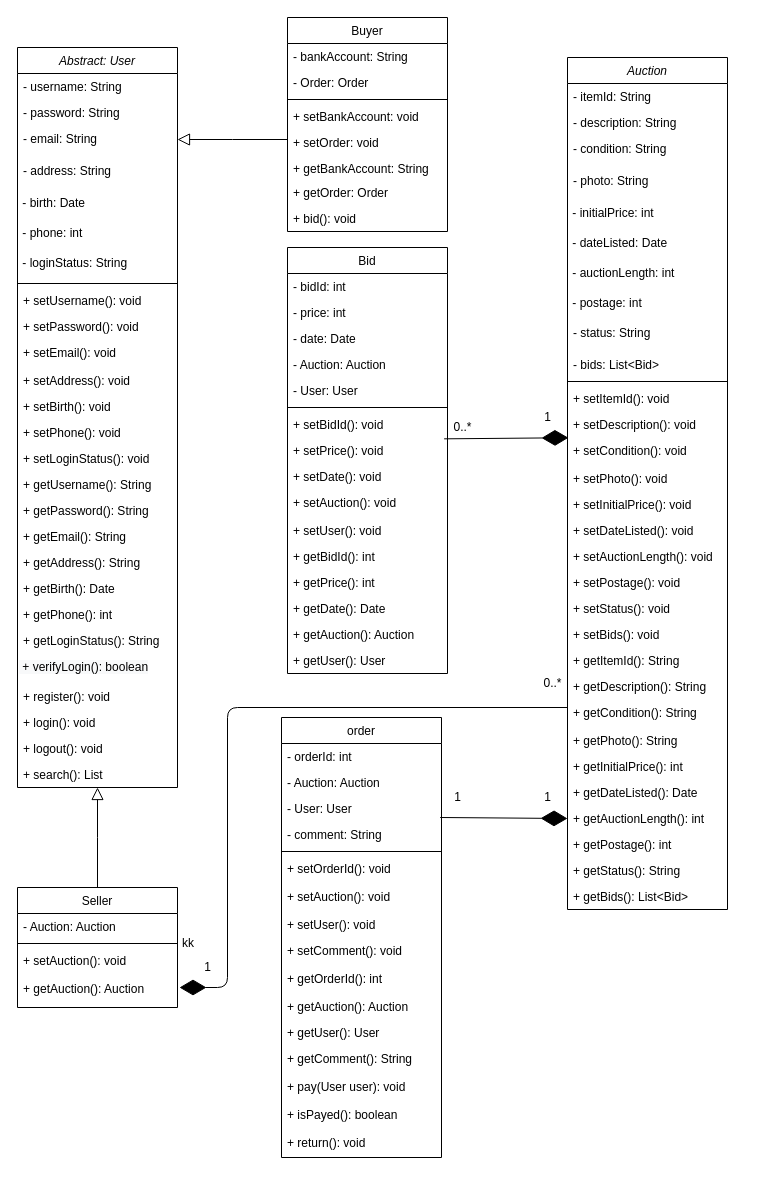
Before: class Diagram.drawio in impulseoy/learnGit, a draw.io diagram. Source tidied: cells renumbered, new cells numbered last; positions are measured from the earlier drawing's top-left corner, leaving out a move shared by most shapes. Both pictures are drawn from the tidied source at 100%, with x=0, y=0 at pixel (17, 17).
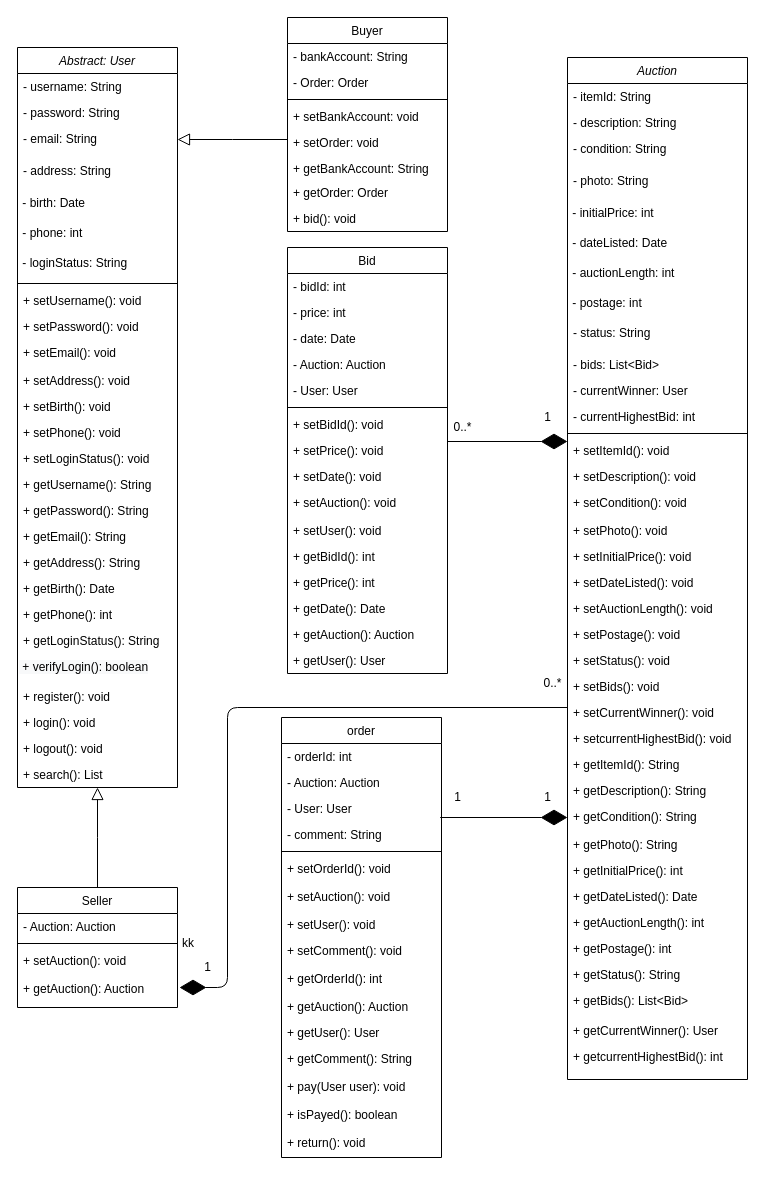
The same diagram, later.

Unchanged cells that the change refers to:
```xml
<mxCell id="103" value="+ setPrice(): void" style="text;align=left;verticalAlign=top;spacingLeft=4;spacingRight=4;overflow=hidden;points=[[0,0.5],[1,0.5]];portConstraint=eastwest;" parent="95" vertex="1">
  <mxGeometry y="190" width="160" height="26" as="geometry" />
</mxCell>
```

Diff of the diagram source:
```diff
@@
     <mxCell id="46" value="Auction" style="swimlane;fontStyle=2;align=center;verticalAlign=top;horizontal=1;startSize=26;rounded=0;shadow=0;strokeWidth=1;" parent="1" vertex="1">
-      <mxGeometry x="550" y="40" width="160" height="852" as="geometry" />
+      <mxGeometry x="550" y="40" width="180" height="1022" as="geometry" />
     </mxCell>
     <mxCell id="47" value="- itemId: String" style="text;align=left;verticalAlign=top;spacingLeft=4;spacingRight=4;overflow=hidden;" parent="46" vertex="1">
-      <mxGeometry y="26" width="160" height="26" as="geometry" />
+      <mxGeometry y="26" width="180" height="26" as="geometry" />
     </mxCell>
     <mxCell id="48" value="- description: String&#10;" style="text;align=left;verticalAlign=top;spacingLeft=4;spacingRight=4;overflow=hidden;rounded=0;shadow=0;html=0;" parent="46" vertex="1">
-      <mxGeometry y="52" width="160" height="26" as="geometry" />
+      <mxGeometry y="52" width="180" height="26" as="geometry" />
     </mxCell>
     <mxCell id="49" value="- condition: String" style="text;align=left;verticalAlign=top;spacingLeft=4;spacingRight=4;overflow=hidden;rounded=0;shadow=0;html=0;" parent="46" vertex="1">
-      <mxGeometry y="78" width="160" height="32" as="geometry" />
+      <mxGeometry y="78" width="180" height="32" as="geometry" />
     </mxCell>
     <mxCell id="50" value="- photo: String" style="text;align=left;verticalAlign=top;spacingLeft=4;spacingRight=4;overflow=hidden;rounded=0;shadow=0;html=0;" parent="46" vertex="1">
-      <mxGeometry y="110" width="160" height="32" as="geometry" />
+      <mxGeometry y="110" width="180" height="32" as="geometry" />
     </mxCell>
     <mxCell id="51" value="&lt;font face=&quot;helvetica&quot;&gt;&amp;nbsp;- initialPrice: int&lt;/font&gt;" style="text;whiteSpace=wrap;html=1;" parent="46" vertex="1">
-      <mxGeometry y="142" width="160" height="30" as="geometry" />
+      <mxGeometry y="142" width="180" height="30" as="geometry" />
     </mxCell>
     <mxCell id="52" value="&lt;font face=&quot;helvetica&quot;&gt;&amp;nbsp;- dateListed: Date&lt;/font&gt;" style="text;whiteSpace=wrap;html=1;" parent="46" vertex="1">
-      <mxGeometry y="172" width="160" height="30" as="geometry" />
+      <mxGeometry y="172" width="180" height="30" as="geometry" />
     </mxCell>
     <mxCell id="53" value="&lt;font face=&quot;helvetica&quot;&gt;&amp;nbsp;- auctionLength: int&lt;/font&gt;" style="text;whiteSpace=wrap;html=1;" parent="46" vertex="1">
-      <mxGeometry y="202" width="160" height="30" as="geometry" />
+      <mxGeometry y="202" width="180" height="30" as="geometry" />
     </mxCell>
     <mxCell id="54" value="&lt;font face=&quot;helvetica&quot;&gt;&amp;nbsp;- postage: int&lt;/font&gt;" style="text;whiteSpace=wrap;html=1;" parent="46" vertex="1">
-      <mxGeometry y="232" width="160" height="30" as="geometry" />
+      <mxGeometry y="232" width="180" height="30" as="geometry" />
     </mxCell>
     <mxCell id="55" value="- status: String" style="text;align=left;verticalAlign=top;spacingLeft=4;spacingRight=4;overflow=hidden;rounded=0;shadow=0;html=0;" parent="46" vertex="1">
-      <mxGeometry y="262" width="160" height="32" as="geometry" />
+      <mxGeometry y="262" width="180" height="32" as="geometry" />
     </mxCell>
     <mxCell id="56" value="- bids: List&lt;Bid&gt;" style="text;align=left;verticalAlign=top;spacingLeft=4;spacingRight=4;overflow=hidden;" parent="46" vertex="1">
-      <mxGeometry y="294" width="160" height="26" as="geometry" />
+      <mxGeometry y="294" width="180" height="26" as="geometry" />
     </mxCell>
+    <mxCell id="121" value="- currentWinner: User" style="text;align=left;verticalAlign=top;spacingLeft=4;spacingRight=4;overflow=hidden;" parent="46" vertex="1">
+      <mxGeometry y="320" width="180" height="26" as="geometry" />
+    </mxCell>
+    <mxCell id="122" value="- currentHighestBid: int" style="text;align=left;verticalAlign=top;spacingLeft=4;spacingRight=4;overflow=hidden;" parent="46" vertex="1">
+      <mxGeometry y="346" width="180" height="26" as="geometry" />
+    </mxCell>
     <mxCell id="57" style="line;html=1;strokeWidth=1;align=left;verticalAlign=middle;spacingTop=-1;spacingLeft=3;spacingRight=3;labelPosition=right;" parent="46" vertex="1">
-      <mxGeometry y="320" width="160" height="8" as="geometry" />
+      <mxGeometry y="372" width="180" height="8" as="geometry" />
     </mxCell>
     <mxCell id="58" value="+ setItemId(): void" style="text;align=left;verticalAlign=top;spacingLeft=4;spacingRight=4;overflow=hidden;" parent="46" vertex="1">
-      <mxGeometry y="328" width="160" height="26" as="geometry" />
+      <mxGeometry y="380" width="180" height="26" as="geometry" />
     </mxCell>
     <mxCell id="59" value="+ setDescription(): void" style="text;align=left;verticalAlign=top;spacingLeft=4;spacingRight=4;overflow=hidden;points=[[0,0.5],[1,0.5]];portConstraint=eastwest;" parent="46" vertex="1">
-      <mxGeometry y="354" width="160" height="26" as="geometry" />
+      <mxGeometry y="406" width="180" height="26" as="geometry" />
     </mxCell>
     <mxCell id="60" value="+ setCondition(): void" style="text;align=left;verticalAlign=top;spacingLeft=4;spacingRight=4;overflow=hidden;" parent="46" vertex="1">
-      <mxGeometry y="380" width="160" height="28" as="geometry" />
+      <mxGeometry y="432" width="180" height="28" as="geometry" />
     </mxCell>
     <mxCell id="61" value="+ setPhoto(): void&#10;" style="text;align=left;verticalAlign=top;spacingLeft=4;spacingRight=4;overflow=hidden;" parent="46" vertex="1">
-      <mxGeometry y="408" width="160" height="26" as="geometry" />
+      <mxGeometry y="460" width="180" height="26" as="geometry" />
     </mxCell>
     <mxCell id="62" value="+ setInitialPrice(): void" style="text;align=left;verticalAlign=top;spacingLeft=4;spacingRight=4;overflow=hidden;" parent="46" vertex="1">
-      <mxGeometry y="434" width="160" height="26" as="geometry" />
+      <mxGeometry y="486" width="180" height="26" as="geometry" />
     </mxCell>
     <mxCell id="63" value="+ setDateListed(): void" style="text;align=left;verticalAlign=top;spacingLeft=4;spacingRight=4;overflow=hidden;" parent="46" vertex="1">
-      <mxGeometry y="460" width="160" height="26" as="geometry" />
+      <mxGeometry y="512" width="180" height="26" as="geometry" />
     </mxCell>
     <mxCell id="64" value="+ setAuctionLength(): void" style="text;align=left;verticalAlign=top;spacingLeft=4;spacingRight=4;overflow=hidden;" parent="46" vertex="1">
-      <mxGeometry y="486" width="160" height="26" as="geometry" />
+      <mxGeometry y="538" width="180" height="26" as="geometry" />
     </mxCell>
     <mxCell id="65" value="+ setPostage(): void" style="text;align=left;verticalAlign=top;spacingLeft=4;spacingRight=4;overflow=hidden;" parent="46" vertex="1">
-      <mxGeometry y="512" width="160" height="26" as="geometry" />
+      <mxGeometry y="564" width="180" height="26" as="geometry" />
     </mxCell>
     <mxCell id="66" value="+ setStatus(): void" style="text;align=left;verticalAlign=top;spacingLeft=4;spacingRight=4;overflow=hidden;" parent="46" vertex="1">
-      <mxGeometry y="538" width="160" height="26" as="geometry" />
+      <mxGeometry y="590" width="180" height="26" as="geometry" />
     </mxCell>
     <mxCell id="67" value="+ setBids(): void" style="text;align=left;verticalAlign=top;spacingLeft=4;spacingRight=4;overflow=hidden;" parent="46" vertex="1">
-      <mxGeometry y="564" width="160" height="26" as="geometry" />
+      <mxGeometry y="616" width="180" height="26" as="geometry" />
     </mxCell>
+    <mxCell id="123" value="+ setCurrentWinner(): void" style="text;align=left;verticalAlign=top;spacingLeft=4;spacingRight=4;overflow=hidden;" parent="46" vertex="1">
+      <mxGeometry y="642" width="180" height="26" as="geometry" />
+    </mxCell>
+    <mxCell id="124" value="+ setcurrentHighestBid(): void" style="text;align=left;verticalAlign=top;spacingLeft=4;spacingRight=4;overflow=hidden;" parent="46" vertex="1">
+      <mxGeometry y="668" width="180" height="26" as="geometry" />
+    </mxCell>
     <mxCell id="68" value="+ getItemId(): String" style="text;align=left;verticalAlign=top;spacingLeft=4;spacingRight=4;overflow=hidden;" parent="46" vertex="1">
-      <mxGeometry y="590" width="160" height="26" as="geometry" />
+      <mxGeometry y="694" width="180" height="26" as="geometry" />
     </mxCell>
     <mxCell id="69" value="+ getDescription(): String" style="text;align=left;verticalAlign=top;spacingLeft=4;spacingRight=4;overflow=hidden;" parent="46" vertex="1">
-      <mxGeometry y="616" width="160" height="26" as="geometry" />
+      <mxGeometry y="720" width="180" height="26" as="geometry" />
     </mxCell>
     <mxCell id="70" value="+ getCondition(): String" style="text;align=left;verticalAlign=top;spacingLeft=4;spacingRight=4;overflow=hidden;points=[[0,0.5],[1,0.5]];portConstraint=eastwest;" parent="46" vertex="1">
-      <mxGeometry y="642" width="160" height="28" as="geometry" />
+      <mxGeometry y="746" width="180" height="28" as="geometry" />
     </mxCell>
     <mxCell id="71" value="+ getPhoto(): String" style="text;align=left;verticalAlign=top;spacingLeft=4;spacingRight=4;overflow=hidden;" parent="46" vertex="1">
-      <mxGeometry y="670" width="160" height="26" as="geometry" />
+      <mxGeometry y="774" width="180" height="26" as="geometry" />
     </mxCell>
     <mxCell id="72" value="+ getInitialPrice(): int" style="text;align=left;verticalAlign=top;spacingLeft=4;spacingRight=4;overflow=hidden;" parent="46" vertex="1">
-      <mxGeometry y="696" width="160" height="26" as="geometry" />
+      <mxGeometry y="800" width="180" height="26" as="geometry" />
     </mxCell>
     <mxCell id="73" value="+ getDateListed(): Date" style="text;align=left;verticalAlign=top;spacingLeft=4;spacingRight=4;overflow=hidden;" parent="46" vertex="1">
-      <mxGeometry y="722" width="160" height="26" as="geometry" />
+      <mxGeometry y="826" width="180" height="26" as="geometry" />
     </mxCell>
     <mxCell id="74" value="+ getAuctionLength(): int" style="text;align=left;verticalAlign=top;spacingLeft=4;spacingRight=4;overflow=hidden;points=[[0,0.5],[1,0.5]];portConstraint=eastwest;" parent="46" vertex="1">
-      <mxGeometry y="748" width="160" height="26" as="geometry" />
+      <mxGeometry y="852" width="180" height="26" as="geometry" />
     </mxCell>
     <mxCell id="75" value="+ getPostage(): int" style="text;align=left;verticalAlign=top;spacingLeft=4;spacingRight=4;overflow=hidden;" parent="46" vertex="1">
-      <mxGeometry y="774" width="160" height="26" as="geometry" />
+      <mxGeometry y="878" width="180" height="26" as="geometry" />
     </mxCell>
     <mxCell id="76" value="+ getStatus(): String" style="text;align=left;verticalAlign=top;spacingLeft=4;spacingRight=4;overflow=hidden;" parent="46" vertex="1">
-      <mxGeometry y="800" width="160" height="26" as="geometry" />
+      <mxGeometry y="904" width="180" height="26" as="geometry" />
     </mxCell>
     <mxCell id="77" value="+ getBids(): List&lt;Bid&gt;" style="text;align=left;verticalAlign=top;spacingLeft=4;spacingRight=4;overflow=hidden;" parent="46" vertex="1">
-      <mxGeometry y="826" width="160" height="26" as="geometry" />
+      <mxGeometry y="930" width="180" height="30" as="geometry" />
     </mxCell>
+    <mxCell id="125" value="+ getCurrentWinner(): User" style="text;align=left;verticalAlign=top;spacingLeft=4;spacingRight=4;overflow=hidden;" parent="46" vertex="1">
+      <mxGeometry y="960" width="180" height="26" as="geometry" />
+    </mxCell>
+    <mxCell id="126" value="+ getcurrentHighestBid(): int" style="text;align=left;verticalAlign=top;spacingLeft=4;spacingRight=4;overflow=hidden;" parent="46" vertex="1">
+      <mxGeometry y="986" width="180" height="26" as="geometry" />
+    </mxCell>
@@
-    <mxCell id="112" style="endArrow=diamondThin;endFill=1;endSize=24;html=1;exitX=0.979;exitY=0.051;exitDx=0;exitDy=0;exitPerimeter=0;entryX=0.006;entryY=1.01;entryDx=0;entryDy=0;entryPerimeter=0;" parent="1" edge="1" source="103" target="59">
-      <mxGeometry relative="1" as="geometry" />
+    <mxCell id="112" style="endArrow=diamondThin;endFill=1;endSize=24;html=1;" parent="1" edge="1">
+      <mxGeometry relative="1" as="geometry">
+        <mxPoint x="430" y="424" as="sourcePoint" />
+        <mxPoint x="550" y="424" as="targetPoint" />
+      </mxGeometry>
     </mxCell>
@@
-    <mxCell id="115" style="endArrow=diamondThin;endFill=1;endSize=24;html=1;exitX=0.998;exitY=0.241;exitDx=0;exitDy=0;exitPerimeter=0;entryX=0;entryY=0.5;entryDx=0;entryDy=0;" parent="1" edge="1" target="74">
+    <mxCell id="115" style="endArrow=diamondThin;endFill=1;endSize=24;html=1;exitX=0.998;exitY=0.241;exitDx=0;exitDy=0;exitPerimeter=0;entryX=0;entryY=0.5;entryDx=0;entryDy=0;" parent="1" edge="1" target="70">
       <mxGeometry relative="1" as="geometry">
         <mxPoint x="422.7" y="800" as="sourcePoint" />
       </mxGeometry>
     </mxCell>
@@
-    <mxCell id="118" style="endArrow=diamondThin;endFill=1;endSize=24;html=1;exitX=0;exitY=0.286;exitDx=0;exitDy=0;exitPerimeter=0;" parent="1" edge="1" source="70">
+    <mxCell id="118" style="endArrow=diamondThin;endFill=1;endSize=24;html=1;" parent="1" edge="1">
       <mxGeometry relative="1" as="geometry">
+        <mxPoint x="550" y="690" as="sourcePoint" />
         <mxPoint x="162" y="970" as="targetPoint" />
         <Array as="points">
           <mxPoint x="210" y="690" />
           <mxPoint x="210" y="970" />
         </Array>
       </mxGeometry>
     </mxCell>
```
